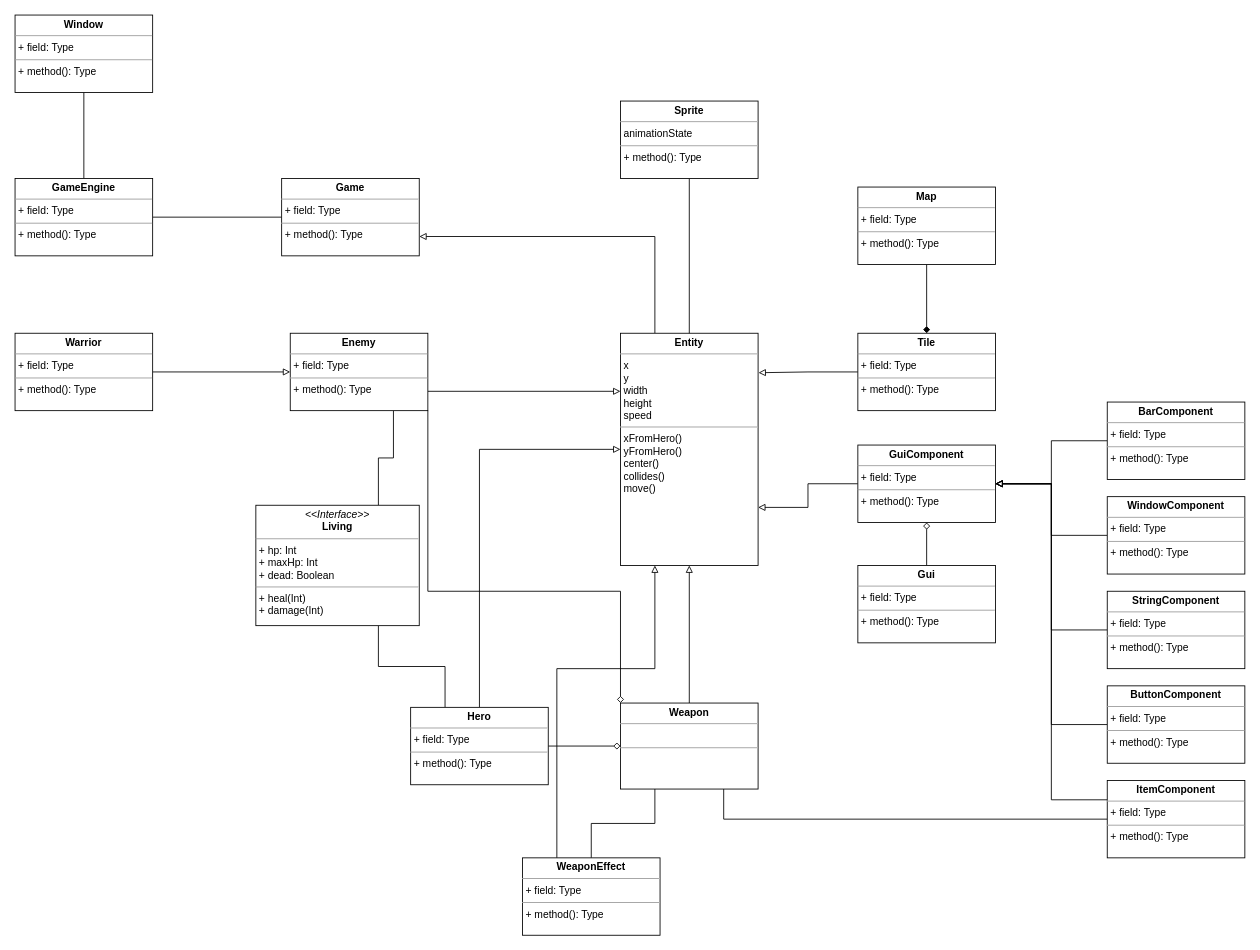
Above: page "Page-1" (1 of 2) of doc/Classes (2).drawio in lepetitglacon/bac4_projet-dev (draw.io), before the change. Source tidied: cells renumbered, new cells numbered last; positions are measured from the earlier drawing's top-left corner, leaving out a move shared by most shapes. Both pictures are drawn from the tidied source at 86%, with x=0, y=0 at pixel (15, 15).
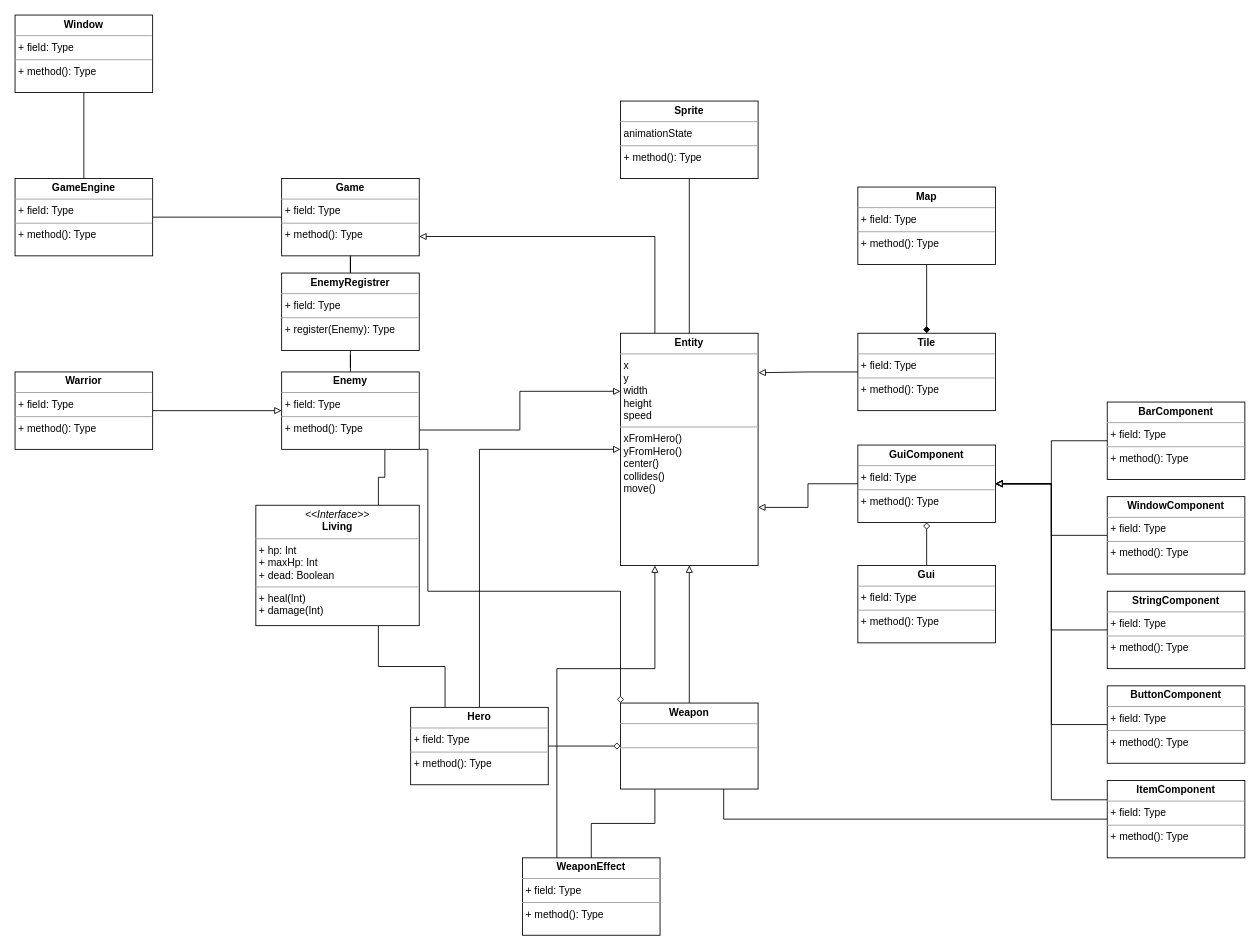
After the change.

Unchanged cells that the change refers to:
```xml
<mxCell id="42" value="&lt;p style=&quot;margin:0px;margin-top:4px;text-align:center;&quot;&gt;&lt;b&gt;Game&lt;/b&gt;&lt;/p&gt;&lt;hr size=&quot;1&quot;&gt;&lt;p style=&quot;margin:0px;margin-left:4px;&quot;&gt;+ field: Type&lt;/p&gt;&lt;hr size=&quot;1&quot;&gt;&lt;p style=&quot;margin:0px;margin-left:4px;&quot;&gt;+ method(): Type&lt;/p&gt;" style="verticalAlign=top;align=left;overflow=fill;fontSize=12;fontFamily=Helvetica;html=1;" parent="1" vertex="1">
  <mxGeometry x="310" y="190" width="160" height="90" as="geometry" />
</mxCell>
```

What changed in the source:
```diff
@@
+    <mxCell id="46" style="edgeStyle=orthogonalEdgeStyle;rounded=0;jettySize=auto;html=1;entryX=0.5;entryY=1;entryDx=0;entryDy=0;endArrow=none;endFill=0;" parent="1" edge="1" source="13" target="48">
+      <mxGeometry relative="1" as="geometry" />
+    </mxCell>
     <mxCell id="13" value="&lt;p style=&quot;margin:0px;margin-top:4px;text-align:center;&quot;&gt;&lt;b&gt;Enemy&lt;/b&gt;&lt;/p&gt;&lt;hr size=&quot;1&quot;&gt;&lt;p style=&quot;margin:0px;margin-left:4px;&quot;&gt;+ field: Type&lt;/p&gt;&lt;hr size=&quot;1&quot;&gt;&lt;p style=&quot;margin:0px;margin-left:4px;&quot;&gt;+ method(): Type&lt;/p&gt;" style="verticalAlign=top;align=left;overflow=fill;fontSize=12;fontFamily=Helvetica;html=1;" parent="1" vertex="1">
-      <mxGeometry x="320" y="370" width="160" height="90" as="geometry" />
+      <mxGeometry x="310" y="415" width="160" height="90" as="geometry" />
     </mxCell>
@@
     <mxCell id="45" value="&lt;p style=&quot;margin:0px;margin-top:4px;text-align:center;&quot;&gt;&lt;b&gt;Warrior&lt;/b&gt;&lt;/p&gt;&lt;hr size=&quot;1&quot;&gt;&lt;p style=&quot;margin:0px;margin-left:4px;&quot;&gt;+ field: Type&lt;/p&gt;&lt;hr size=&quot;1&quot;&gt;&lt;p style=&quot;margin:0px;margin-left:4px;&quot;&gt;+ method(): Type&lt;/p&gt;" style="verticalAlign=top;align=left;overflow=fill;fontSize=12;fontFamily=Helvetica;html=1;" parent="1" vertex="1">
-      <mxGeometry y="370" width="160" height="90" as="geometry" />
+      <mxGeometry y="415" width="160" height="90" as="geometry" />
     </mxCell>
+    <mxCell id="47" style="edgeStyle=orthogonalEdgeStyle;rounded=0;jettySize=auto;html=1;entryX=0.5;entryY=1;entryDx=0;entryDy=0;endArrow=none;endFill=0;" parent="1" edge="1" source="48" target="42">
+      <mxGeometry relative="1" as="geometry" />
+    </mxCell>
+    <mxCell id="48" value="&lt;p style=&quot;margin:0px;margin-top:4px;text-align:center;&quot;&gt;&lt;b&gt;EnemyRegistrer&lt;/b&gt;&lt;/p&gt;&lt;hr size=&quot;1&quot;&gt;&lt;p style=&quot;margin:0px;margin-left:4px;&quot;&gt;+ field: Type&lt;/p&gt;&lt;hr size=&quot;1&quot;&gt;&lt;p style=&quot;margin:0px;margin-left:4px;&quot;&gt;+ register(Enemy): Type&lt;/p&gt;" style="verticalAlign=top;align=left;overflow=fill;fontSize=12;fontFamily=Helvetica;html=1;" parent="1" vertex="1">
+      <mxGeometry x="310" y="300" width="160" height="90" as="geometry" />
+    </mxCell>
```
